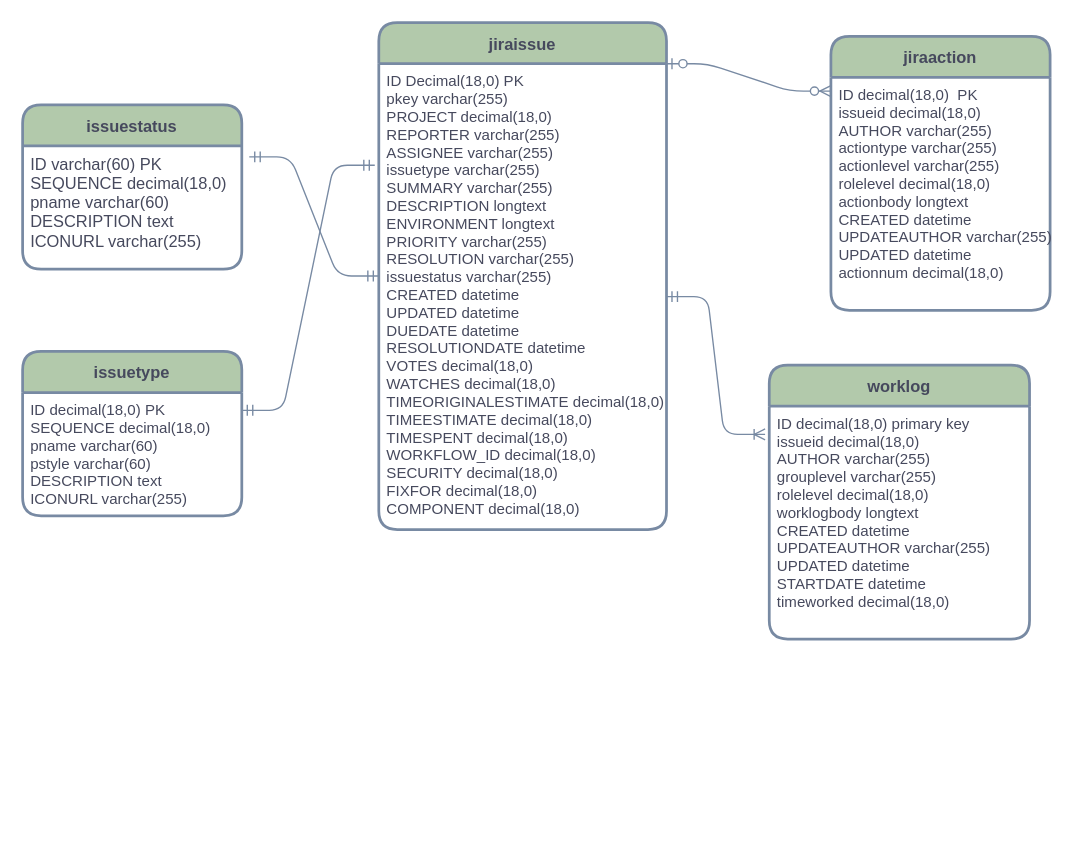
ChienNguyensrdn/Jira_Integrated_Service keeps this draw.io diagram as DigramEntity/Untitled Diagram.drawio. Above is the earlier version. Source tidied: cells renumbered, new cells numbered last; positions are measured from the earlier drawing's top-left corner, leaving out a move shared by most shapes. Both pictures are drawn from the tidied source at 137%, with x=0, y=0 at pixel (22, 22).
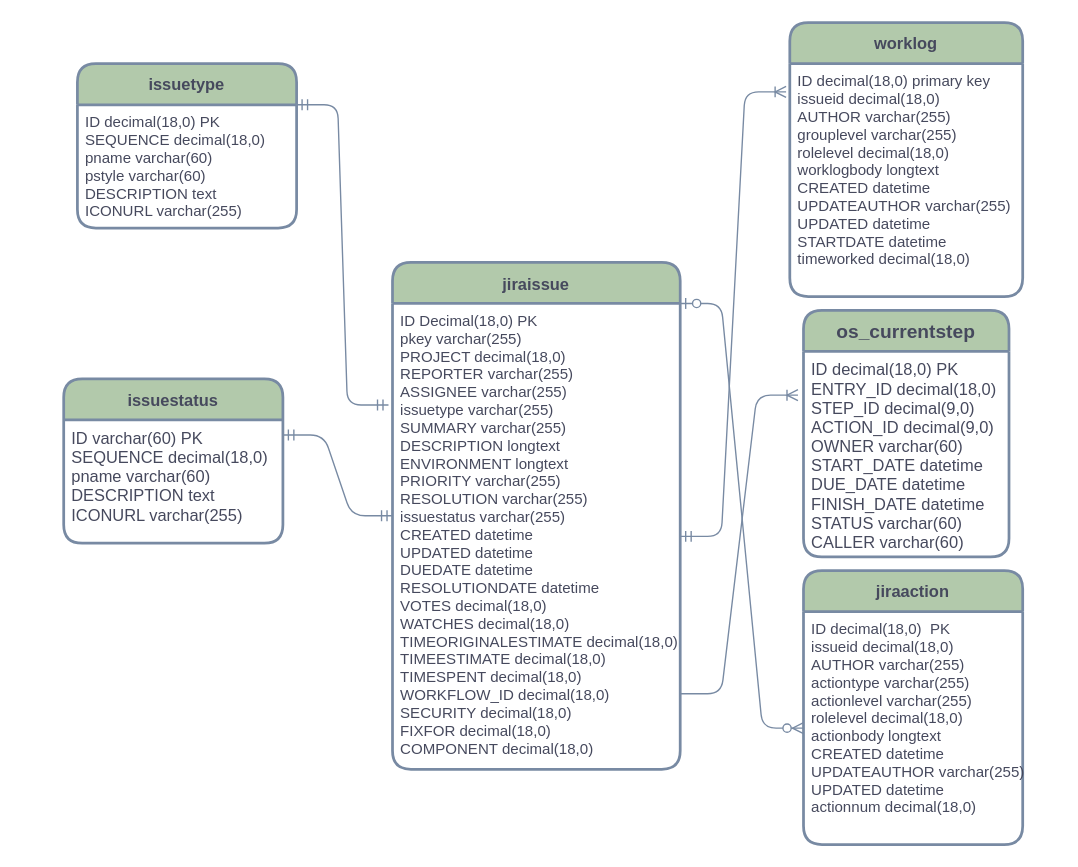
After the change.

What changed in the source:
```diff
@@
 <mxGraphModel>
   <root>
     <mxCell id="0" />
     <mxCell id="1" parent="0" />
     <mxCell id="2" value="jiraissue" style="swimlane;horizontal=1;startSize=30;rounded=1;fontSize=12;fontStyle=1;strokeWidth=2;shadow=0;dashed=0;align=center;spacingTop=1;fillColor=#B2C9AB;strokeColor=#788AA3;fontColor=#46495D;" parent="1" vertex="1">
-      <mxGeometry x="260" width="210" height="370" as="geometry" />
+      <mxGeometry x="270" y="175" width="210" height="370" as="geometry" />
     </mxCell>
     <mxCell id="3" value="ID Decimal(18,0) PK&#10;pkey varchar(255)&#10;PROJECT decimal(18,0)&#10;REPORTER varchar(255)&#10;ASSIGNEE varchar(255) &#10;issuetype varchar(255) &#10;SUMMARY varchar(255) &#10;DESCRIPTION longtext &#10;ENVIRONMENT longtext&#10;PRIORITY varchar(255)&#10;RESOLUTION varchar(255) &#10;issuestatus varchar(255)&#10;CREATED datetime &#10;UPDATED datetime&#10;DUEDATE datetime &#10;RESOLUTIONDATE datetime &#10;VOTES decimal(18,0) &#10;WATCHES decimal(18,0) &#10;TIMEORIGINALESTIMATE decimal(18,0) &#10;TIMEESTIMATE decimal(18,0) &#10;TIMESPENT decimal(18,0) &#10;WORKFLOW_ID decimal(18,0) &#10;SECURITY decimal(18,0) &#10;FIXFOR decimal(18,0) &#10;COMPONENT decimal(18,0)" style="align=left;strokeColor=none;fillColor=none;spacingLeft=4;fontSize=11;verticalAlign=top;fontColor=#46495D;" parent="2" vertex="1">
       <mxGeometry y="30" width="210" height="340" as="geometry" />
     </mxCell>
     <mxCell id="4" value="worklog" style="swimlane;horizontal=1;startSize=30;rounded=1;fontSize=12;fontStyle=1;strokeWidth=2;shadow=0;dashed=0;align=center;fillColor=#B2C9AB;strokeColor=#788AA3;fontColor=#46495D;" parent="1" vertex="1">
-      <mxGeometry x="545" y="250" width="190" height="200" as="geometry" />
+      <mxGeometry x="560" width="170" height="200" as="geometry" />
     </mxCell>
     <mxCell id="5" value="ID decimal(18,0) primary key&#10;issueid decimal(18,0) &#10;AUTHOR varchar(255) &#10;grouplevel varchar(255) &#10;rolelevel decimal(18,0) &#10;worklogbody longtext &#10;CREATED datetime &#10;UPDATEAUTHOR varchar(255) &#10;UPDATED datetime &#10;STARTDATE datetime &#10;timeworked decimal(18,0)" style="align=left;strokeColor=none;fillColor=none;spacingLeft=4;fontSize=11;verticalAlign=top;fontColor=#46495D;" parent="4" vertex="1">
-      <mxGeometry y="30" width="190" height="170" as="geometry" />
+      <mxGeometry y="30" width="170" height="170" as="geometry" />
     </mxCell>
     <mxCell id="6" value="jiraaction" style="swimlane;horizontal=1;startSize=30;rounded=1;fontSize=12;fontStyle=1;strokeWidth=2;shadow=0;dashed=0;align=center;fillColor=#B2C9AB;strokeColor=#788AA3;fontColor=#46495D;" parent="1" vertex="1">
-      <mxGeometry x="590" y="10" width="160" height="200" as="geometry" />
+      <mxGeometry x="570" y="400" width="160" height="200" as="geometry" />
     </mxCell>
     <mxCell id="7" value="ID decimal(18,0)  PK&#10;issueid decimal(18,0) &#10;AUTHOR varchar(255) &#10;actiontype varchar(255) &#10;actionlevel varchar(255) &#10;rolelevel decimal(18,0) &#10;actionbody longtext &#10;CREATED datetime &#10;UPDATEAUTHOR varchar(255) &#10;UPDATED datetime &#10;actionnum decimal(18,0)" style="align=left;strokeColor=none;fillColor=none;spacingLeft=4;fontSize=11;verticalAlign=top;fontColor=#46495D;" parent="6" vertex="1">
       <mxGeometry y="30" width="160" height="170" as="geometry" />
     </mxCell>
     <mxCell id="8" value="issuetype" style="swimlane;horizontal=1;startSize=30;rounded=1;fontSize=12;fontStyle=1;strokeWidth=2;shadow=0;dashed=0;align=center;fillColor=#B2C9AB;strokeColor=#788AA3;fontColor=#46495D;" parent="1" vertex="1">
-      <mxGeometry y="240" width="160" height="120" as="geometry" />
+      <mxGeometry x="40" y="30" width="160" height="120" as="geometry" />
     </mxCell>
     <mxCell id="9" value="ID decimal(18,0) PK &#10;SEQUENCE decimal(18,0)&#10;pname varchar(60)&#10;pstyle varchar(60)&#10;DESCRIPTION text&#10;ICONURL varchar(255)" style="align=left;strokeColor=none;fillColor=none;spacingLeft=4;fontSize=11;verticalAlign=top;fontColor=#46495D;" parent="8" vertex="1">
       <mxGeometry y="30" width="160" height="90" as="geometry" />
     </mxCell>
     <mxCell id="10" value="issuestatus" style="swimlane;horizontal=1;startSize=30;rounded=1;fontSize=12;fontStyle=1;strokeWidth=2;shadow=0;dashed=0;align=center;fillColor=#B2C9AB;strokeColor=#788AA3;fontColor=#46495D;" parent="1" vertex="1">
-      <mxGeometry y="60" width="160" height="120" as="geometry" />
+      <mxGeometry x="30" y="260" width="160" height="120" as="geometry" />
     </mxCell>
     <mxCell id="11" value="ID varchar(60) PK&#10;SEQUENCE decimal(18,0)&#10;pname varchar(60)&#10;DESCRIPTION text&#10;ICONURL varchar(255)" style="align=left;strokeColor=none;fillColor=none;spacingLeft=4;fontSize=12;verticalAlign=top;fontColor=#46495D;" parent="10" vertex="1">
       <mxGeometry y="30" width="160" height="90" as="geometry" />
     </mxCell>
-    <mxCell id="12" style="edgeStyle=entityRelationEdgeStyle;fontSize=12;html=1;endArrow=ERzeroToMany;startArrow=ERzeroToOne;exitX=1;exitY=0;exitDx=0;exitDy=0;strokeColor=#788AA3;fontColor=#46495D;" parent="1" edge="1" source="3">
-      <mxGeometry relative="1" as="geometry">
-        <mxPoint x="590" y="50" as="targetPoint" />
-      </mxGeometry>
+    <mxCell id="12" style="edgeStyle=entityRelationEdgeStyle;fontSize=12;html=1;endArrow=ERzeroToMany;startArrow=ERzeroToOne;exitX=1;exitY=0;exitDx=0;exitDy=0;strokeColor=#788AA3;fontColor=#46495D;" parent="1" edge="1" source="3" target="7">
+      <mxGeometry relative="1" as="geometry" />
     </mxCell>
-    <mxCell id="13" style="edgeStyle=entityRelationEdgeStyle;fontSize=12;html=1;endArrow=ERmandOne;startArrow=ERmandOne;entryX=0;entryY=0.5;entryDx=0;entryDy=0;exitX=1.034;exitY=0.089;exitDx=0;exitDy=0;exitPerimeter=0;strokeColor=#788AA3;fontColor=#46495D;" parent="1" edge="1" source="11" target="2">
+    <mxCell id="13" style="edgeStyle=entityRelationEdgeStyle;fontSize=12;html=1;endArrow=ERmandOne;startArrow=ERmandOne;entryX=0;entryY=0.5;entryDx=0;entryDy=0;strokeColor=#788AA3;fontColor=#46495D;exitX=1;exitY=0.122;exitDx=0;exitDy=0;exitPerimeter=0;" parent="1" edge="1" source="11" target="2">
       <mxGeometry relative="1" as="geometry" />
     </mxCell>
-    <mxCell id="14" style="edgeStyle=entityRelationEdgeStyle;fontSize=12;html=1;endArrow=ERmandOne;startArrow=ERmandOne;entryX=-0.014;entryY=0.218;entryDx=0;entryDy=0;exitX=1.034;exitY=0.089;exitDx=0;exitDy=0;exitPerimeter=0;entryPerimeter=0;strokeColor=#788AA3;fontColor=#46495D;" parent="1" edge="1" target="3">
-      <mxGeometry relative="1" as="geometry">
-        <mxPoint x="160" y="283" as="sourcePoint" />
-      </mxGeometry>
+    <mxCell id="14" style="edgeStyle=entityRelationEdgeStyle;fontSize=12;html=1;endArrow=ERmandOne;startArrow=ERmandOne;entryX=-0.014;entryY=0.218;entryDx=0;entryDy=0;exitX=1;exitY=0;exitDx=0;exitDy=0;entryPerimeter=0;strokeColor=#788AA3;fontColor=#46495D;" parent="1" edge="1" source="9" target="3">
+      <mxGeometry relative="1" as="geometry" />
     </mxCell>
     <mxCell id="15" style="edgeStyle=entityRelationEdgeStyle;fontSize=12;html=1;endArrow=ERoneToMany;startArrow=ERmandOne;entryX=-0.016;entryY=0.121;entryDx=0;entryDy=0;entryPerimeter=0;strokeColor=#788AA3;fontColor=#46495D;" parent="1" edge="1" source="3" target="5">
       <mxGeometry relative="1" as="geometry" />
     </mxCell>
+    <mxCell id="16" value="os_currentstep" style="swimlane;horizontal=1;startSize=30;rounded=1;fontSize=14;fontStyle=1;strokeWidth=2;shadow=0;dashed=0;align=center;fillColor=#B2C9AB;strokeColor=#788AA3;fontColor=#46495D;" parent="1" vertex="1">
+      <mxGeometry x="570" y="210" width="150" height="180" as="geometry" />
+    </mxCell>
+    <mxCell id="17" value="ID decimal(18,0) PK &#10;ENTRY_ID decimal(18,0) &#10;STEP_ID decimal(9,0) &#10;ACTION_ID decimal(9,0) &#10;OWNER varchar(60) &#10;START_DATE datetime &#10;DUE_DATE datetime &#10;FINISH_DATE datetime &#10;STATUS varchar(60) &#10;CALLER varchar(60)" style="align=left;strokeColor=none;fillColor=none;spacingLeft=4;fontSize=12;verticalAlign=top;fontColor=#46495D;" parent="16" vertex="1">
+      <mxGeometry y="30" width="150" height="150" as="geometry" />
+    </mxCell>
+    <mxCell id="18" style="edgeStyle=entityRelationEdgeStyle;fontSize=12;html=1;endArrow=ERoneToMany;exitX=1;exitY=0.838;exitDx=0;exitDy=0;exitPerimeter=0;entryX=-0.027;entryY=0.213;entryDx=0;entryDy=0;entryPerimeter=0;strokeColor=#788AA3;fontColor=#46495D;" parent="1" edge="1" source="3" target="17">
+      <mxGeometry relative="1" as="geometry" />
+    </mxCell>
   </root>
 </mxGraphModel>
```
